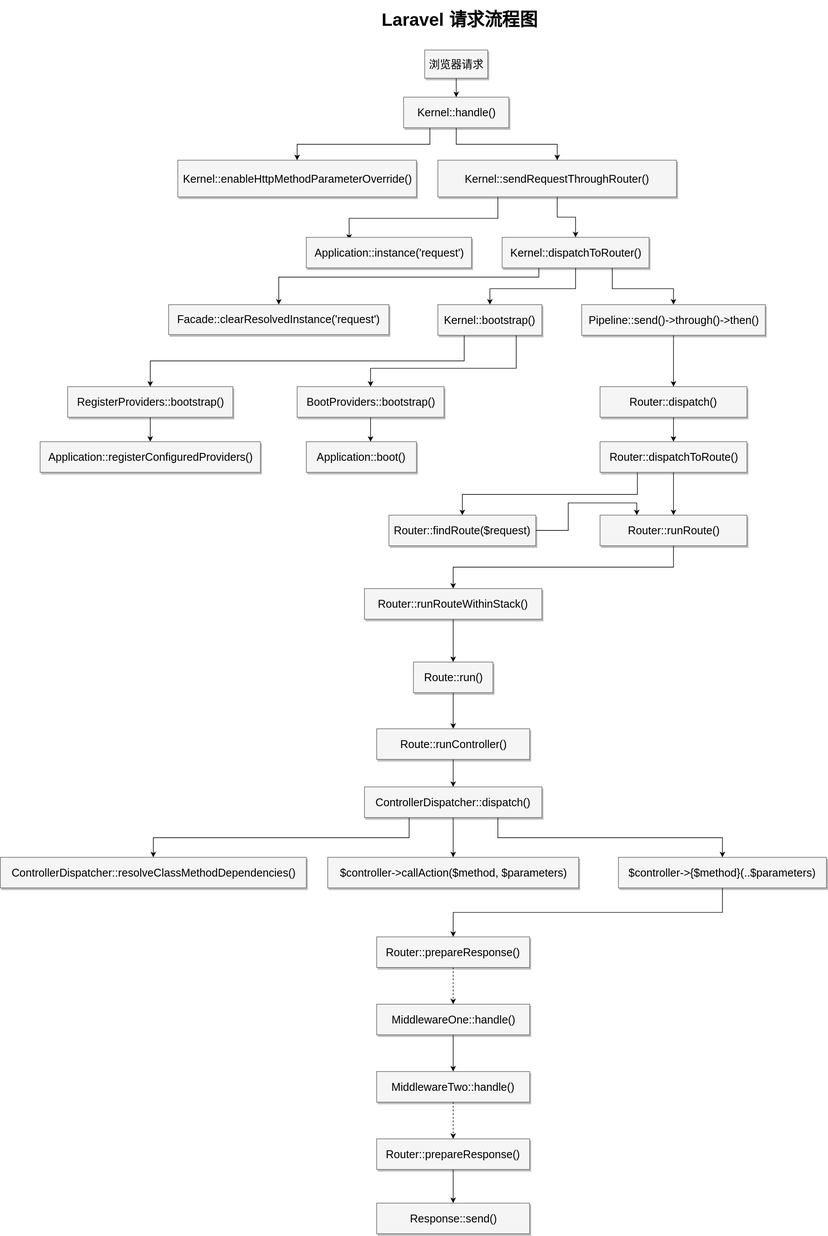
JerryYJ/laravel keeps this draw.io diagram as laravel-flow-chart.svg. Above is the earlier version. Source tidied: cells renumbered, new cells last; positions are measured from the earlier drawing's top-left corner, leaving out a move shared by most shapes.
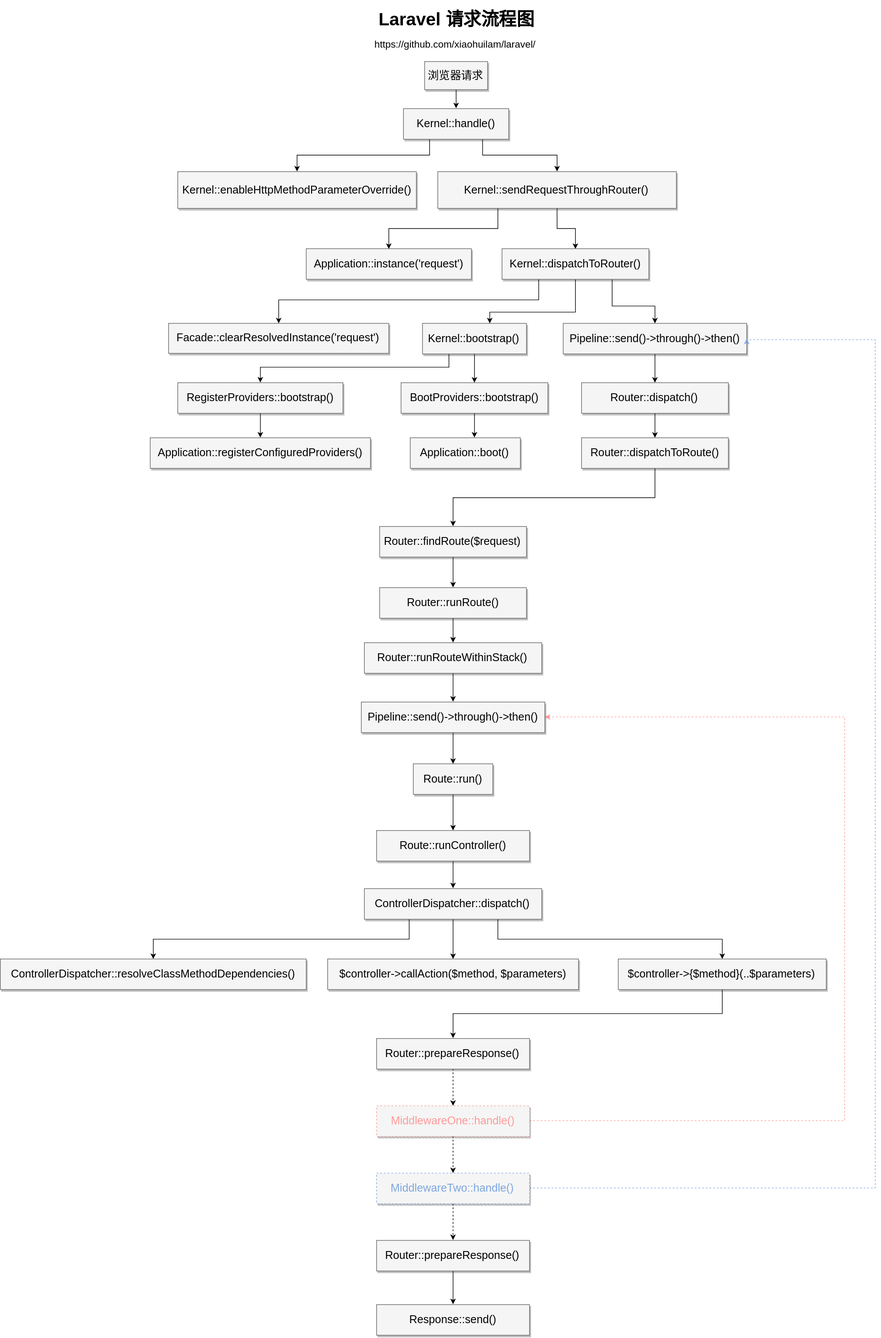
Later version of the same file.

The edit, as a diff of the source:
```diff
@@ -5,3 +5,3 @@
     <mxCell id="2" value="&lt;b style=&quot;font-size: 29px;&quot;&gt;&lt;font style=&quot;font-size: 29px;&quot;&gt;Laravel 请求流程图&lt;/font&gt;&lt;/b&gt;" style="whiteSpace=wrap;html=1;shadow=1;fontSize=29;fillColor=none;strokeColor=none;strokeWidth=2;dashed=1;" parent="1" vertex="1">
-      <mxGeometry x="590" width="320" height="60" as="geometry" />
+      <mxGeometry x="585" y="-20" width="320" height="60" as="geometry" />
     </mxCell>
@@ -10,3 +10,3 @@
     </mxCell>
-    <mxCell id="4" style="edgeStyle=orthogonalEdgeStyle;rounded=0;html=1;entryX=0.5;entryY=0;jettySize=auto;fontSize=29;" parent="1" edge="1" source="5" target="11">
+    <mxCell id="4" style="edgeStyle=orthogonalEdgeStyle;rounded=0;html=1;entryX=0.5;entryY=0;jettySize=auto;fontSize=29;exitX=0.75;exitY=1;" parent="1" edge="1" source="5" target="11">
       <mxGeometry relative="1" as="geometry" />
@@ -30,6 +30,4 @@
     </mxCell>
-    <mxCell id="9" style="edgeStyle=orthogonalEdgeStyle;rounded=0;html=1;exitX=0.25;exitY=1;jettySize=auto;fontSize=29;" parent="1" edge="1" source="11">
-      <mxGeometry relative="1" as="geometry">
-        <mxPoint x="570" y="390" as="targetPoint" />
-      </mxGeometry>
+    <mxCell id="9" style="edgeStyle=orthogonalEdgeStyle;rounded=0;html=1;exitX=0.25;exitY=1;jettySize=auto;fontSize=29;entryX=0.5;entryY=0;" parent="1" edge="1" source="11" target="12">
+      <mxGeometry relative="1" as="geometry" />
     </mxCell>
@@ -45,17 +43,17 @@
     <mxCell id="13" value="&lt;div&gt;&lt;span&gt;Facade&lt;/span&gt;&lt;span&gt;::&lt;/span&gt;&lt;span&gt;clearResolvedInstance&lt;/span&gt;&lt;span&gt;(&lt;/span&gt;&lt;span&gt;'request'&lt;/span&gt;&lt;span&gt;)&lt;/span&gt;&lt;/div&gt;" style="whiteSpace=wrap;html=1;shadow=1;fontSize=18;fillColor=#f5f5f5;strokeColor=#666666;" parent="1" vertex="1">
-      <mxGeometry x="275" y="496" width="360" height="49" as="geometry" />
+      <mxGeometry x="275" y="508" width="360" height="49" as="geometry" />
     </mxCell>
     <mxCell id="14" style="edgeStyle=orthogonalEdgeStyle;rounded=0;html=1;exitX=0.25;exitY=1;entryX=0.5;entryY=0;jettySize=auto;fontSize=29;" parent="1" edge="1" source="16" target="24">
-      <mxGeometry relative="1" as="geometry" />
+      <mxGeometry relative="1" as="geometry">
+        <Array as="points">
+          <mxPoint x="733" y="580" />
+          <mxPoint x="425" y="580" />
+        </Array>
+      </mxGeometry>
     </mxCell>
-    <mxCell id="15" style="edgeStyle=orthogonalEdgeStyle;rounded=0;html=1;exitX=0.75;exitY=1;jettySize=auto;" parent="1" edge="1" source="16" target="26">
-      <mxGeometry relative="1" as="geometry">
-        <Array as="points">
-          <mxPoint x="843" y="600" />
-          <mxPoint x="605" y="600" />
-        </Array>
-      </mxGeometry>
+    <mxCell id="15" style="edgeStyle=orthogonalEdgeStyle;rounded=0;html=1;exitX=0.5;exitY=1;jettySize=auto;" parent="1" edge="1" source="16" target="26">
+      <mxGeometry relative="1" as="geometry" />
     </mxCell>
     <mxCell id="16" value="Kernel::&lt;span&gt;bootstrap&lt;/span&gt;&lt;span&gt;()&lt;/span&gt;&lt;br&gt;" style="whiteSpace=wrap;html=1;shadow=1;fontSize=18;fillColor=#f5f5f5;strokeColor=#666666;" parent="1" vertex="1">
-      <mxGeometry x="715" y="496" width="170" height="50" as="geometry" />
+      <mxGeometry x="690" y="508" width="170" height="50" as="geometry" />
     </mxCell>
@@ -65,3 +63,3 @@
     <mxCell id="18" value="Pipeline::send()-&amp;gt;through()-&amp;gt;then()&lt;br&gt;" style="whiteSpace=wrap;html=1;shadow=1;fontSize=18;fillColor=#f5f5f5;strokeColor=#666666;" parent="1" vertex="1">
-      <mxGeometry x="950" y="496" width="300" height="50" as="geometry" />
+      <mxGeometry x="920" y="508" width="300" height="50" as="geometry" />
     </mxCell>
@@ -70,4 +68,4 @@
         <Array as="points">
-          <mxPoint x="880" y="451" />
-          <mxPoint x="455" y="451" />
+          <mxPoint x="880" y="470" />
+          <mxPoint x="455" y="470" />
         </Array>
@@ -78,4 +76,4 @@
         <Array as="points">
-          <mxPoint x="940" y="470" />
-          <mxPoint x="800" y="470" />
+          <mxPoint x="940" y="490" />
+          <mxPoint x="800" y="490" />
         </Array>
@@ -86,4 +84,4 @@
         <Array as="points">
-          <mxPoint x="1000" y="470" />
-          <mxPoint x="1100" y="470" />
+          <mxPoint x="1000" y="480" />
+          <mxPoint x="1070" y="480" />
         </Array>
@@ -98,3 +96,3 @@
     <mxCell id="24" value="&lt;div&gt;&lt;span&gt;RegisterProviders::&lt;/span&gt;&lt;span&gt;bootstrap()&lt;/span&gt;&lt;/div&gt;" style="whiteSpace=wrap;html=1;shadow=1;fontSize=18;fillColor=#f5f5f5;strokeColor=#666666;" parent="1" vertex="1">
-      <mxGeometry x="110" y="630" width="270" height="50" as="geometry" />
+      <mxGeometry x="290" y="605" width="270" height="50" as="geometry" />
     </mxCell>
@@ -104,9 +102,9 @@
     <mxCell id="26" value="&lt;div&gt;&lt;span&gt;BootProviders::&lt;/span&gt;&lt;span&gt;bootstrap()&lt;/span&gt;&lt;/div&gt;" style="whiteSpace=wrap;html=1;shadow=1;fontSize=18;fillColor=#f5f5f5;strokeColor=#666666;" parent="1" vertex="1">
-      <mxGeometry x="485" y="630" width="240" height="50" as="geometry" />
+      <mxGeometry x="655" y="605" width="240" height="50" as="geometry" />
     </mxCell>
     <mxCell id="27" value="Application::&lt;span&gt;registerConfiguredProviders()&lt;/span&gt;" style="whiteSpace=wrap;html=1;shadow=1;fontSize=18;fillColor=#f5f5f5;strokeColor=#666666;" parent="1" vertex="1">
-      <mxGeometry x="65" y="720" width="360" height="50" as="geometry" />
+      <mxGeometry x="245" y="695" width="360" height="50" as="geometry" />
     </mxCell>
     <mxCell id="28" value="Application::&lt;span&gt;boot&lt;/span&gt;&lt;span&gt;()&lt;/span&gt;&lt;br&gt;" style="whiteSpace=wrap;html=1;shadow=1;fontSize=18;fillColor=#f5f5f5;strokeColor=#666666;" parent="1" vertex="1">
-      <mxGeometry x="500" y="720" width="180" height="50" as="geometry" />
+      <mxGeometry x="670" y="695" width="180" height="50" as="geometry" />
     </mxCell>
@@ -116,19 +114,11 @@
     <mxCell id="30" value="Router::&lt;span&gt;dispatch()&lt;/span&gt;" style="whiteSpace=wrap;html=1;shadow=1;fontSize=18;fillColor=#f5f5f5;strokeColor=#666666;" parent="1" vertex="1">
-      <mxGeometry x="980" y="630" width="240" height="50" as="geometry" />
+      <mxGeometry x="950" y="605" width="240" height="50" as="geometry" />
     </mxCell>
-    <mxCell id="31" style="edgeStyle=orthogonalEdgeStyle;rounded=0;html=1;exitX=0.25;exitY=1;entryX=0.5;entryY=0;jettySize=auto;fontSize=29;" parent="1" edge="1" source="33" target="35">
-      <mxGeometry relative="1" as="geometry">
-        <Array as="points">
-          <mxPoint x="1041" y="806" />
-          <mxPoint x="755" y="806" />
-        </Array>
-      </mxGeometry>
+    <mxCell id="31" style="edgeStyle=orthogonalEdgeStyle;rounded=0;html=1;entryX=0.5;entryY=0;jettySize=auto;exitX=0.5;exitY=1;" parent="1" edge="1" source="33" target="35">
+      <mxGeometry relative="1" as="geometry" />
     </mxCell>
-    <mxCell id="32" style="edgeStyle=orthogonalEdgeStyle;rounded=0;html=1;exitX=0.5;exitY=1;entryX=0.5;entryY=0;jettySize=auto;fontSize=29;" parent="1" edge="1" source="33" target="37">
-      <mxGeometry relative="1" as="geometry" />
-    </mxCell>
     <mxCell id="33" value="Router::&lt;span&gt;dispatchToRoute&lt;/span&gt;&lt;span&gt;()&lt;/span&gt;&lt;br&gt;" style="whiteSpace=wrap;html=1;shadow=1;fontSize=18;fillColor=#f5f5f5;strokeColor=#666666;" parent="1" vertex="1">
-      <mxGeometry x="980" y="720" width="240" height="50" as="geometry" />
+      <mxGeometry x="950" y="695" width="240" height="50" as="geometry" />
     </mxCell>
-    <mxCell id="34" style="edgeStyle=orthogonalEdgeStyle;rounded=0;html=1;entryX=0.25;entryY=0;jettySize=auto;" parent="1" edge="1" source="35" target="37">
+    <mxCell id="34" style="edgeStyle=orthogonalEdgeStyle;rounded=0;html=1;exitX=0.5;exitY=1;entryX=0.5;entryY=0;jettySize=auto;" parent="1" edge="1" source="35" target="37">
       <mxGeometry relative="1" as="geometry" />
@@ -136,5 +126,5 @@
     <mxCell id="35" value="Router::find&lt;span&gt;Route&lt;/span&gt;&lt;span&gt;($request)&lt;/span&gt;&lt;br&gt;" style="whiteSpace=wrap;html=1;shadow=1;fontSize=18;fillColor=#f5f5f5;strokeColor=#666666;" parent="1" vertex="1">
-      <mxGeometry x="635" y="840" width="240" height="50" as="geometry" />
+      <mxGeometry x="620" y="840" width="240" height="50" as="geometry" />
     </mxCell>
-    <mxCell id="36" style="edgeStyle=orthogonalEdgeStyle;rounded=0;html=1;exitX=0.5;exitY=1;entryX=0.5;entryY=0;jettySize=auto;fontSize=29;" parent="1" edge="1" source="37" target="39">
+    <mxCell id="36" style="edgeStyle=orthogonalEdgeStyle;rounded=0;html=1;exitX=0.5;exitY=1;entryX=0.5;entryY=0;jettySize=auto;" parent="1" edge="1" source="37" target="39">
       <mxGeometry relative="1" as="geometry" />
@@ -142,9 +132,9 @@
     <mxCell id="37" value="Router::&lt;span&gt;runRoute()&lt;/span&gt;" style="whiteSpace=wrap;html=1;shadow=1;fontSize=18;fillColor=#f5f5f5;strokeColor=#666666;" parent="1" vertex="1">
-      <mxGeometry x="980" y="840" width="240" height="50" as="geometry" />
+      <mxGeometry x="620" y="940" width="240" height="50" as="geometry" />
     </mxCell>
-    <mxCell id="38" style="edgeStyle=orthogonalEdgeStyle;rounded=0;html=1;exitX=0.5;exitY=1;entryX=0.5;entryY=0;jettySize=auto;fontSize=29;" parent="1" edge="1" source="39" target="41">
-      <mxGeometry relative="1" as="geometry" />
-    </mxCell>
+    <mxCell id="61" style="edgeStyle=orthogonalEdgeStyle;rounded=0;html=1;exitX=0.5;exitY=1;entryX=0.5;entryY=0;jettySize=auto;" parent="1" edge="1" source="39" target="65">
+      <mxGeometry relative="1" as="geometry" />
+    </mxCell>
     <mxCell id="39" value="Router::&lt;span&gt;runRouteWithinStack&lt;/span&gt;&lt;span&gt;()&lt;/span&gt;&lt;br&gt;" style="whiteSpace=wrap;html=1;shadow=1;fontSize=18;fillColor=#f5f5f5;strokeColor=#666666;" parent="1" vertex="1">
-      <mxGeometry x="595" y="960" width="290" height="50" as="geometry" />
+      <mxGeometry x="595" y="1030" width="290" height="50" as="geometry" />
     </mxCell>
@@ -154,3 +144,3 @@
     <mxCell id="41" value="Route::run&lt;span&gt;()&lt;/span&gt;&lt;br&gt;" style="whiteSpace=wrap;html=1;shadow=1;fontSize=18;fillColor=#f5f5f5;strokeColor=#666666;" parent="1" vertex="1">
-      <mxGeometry x="675" y="1080" width="130" height="50" as="geometry" />
+      <mxGeometry x="675" y="1228" width="130" height="50" as="geometry" />
     </mxCell>
@@ -160,3 +150,3 @@
     <mxCell id="43" value="Route::runController&lt;span&gt;()&lt;/span&gt;&lt;br&gt;" style="whiteSpace=wrap;html=1;shadow=1;fontSize=18;fillColor=#f5f5f5;strokeColor=#666666;" parent="1" vertex="1">
-      <mxGeometry x="615" y="1189" width="250" height="50" as="geometry" />
+      <mxGeometry x="615" y="1337" width="250" height="50" as="geometry" />
     </mxCell>
@@ -172,9 +162,9 @@
     <mxCell id="47" value="ControllerDispatcher::&lt;span&gt;dispatch()&lt;/span&gt;" style="whiteSpace=wrap;html=1;shadow=1;fontSize=18;fillColor=#f5f5f5;strokeColor=#666666;" parent="1" vertex="1">
-      <mxGeometry x="595" y="1284" width="290" height="50" as="geometry" />
+      <mxGeometry x="595" y="1432" width="290" height="50" as="geometry" />
     </mxCell>
     <mxCell id="48" value="ControllerDispatcher::&lt;span&gt;resolveClassMethodDependencies&lt;/span&gt;&lt;span&gt;()&lt;/span&gt;&lt;br&gt;" style="whiteSpace=wrap;html=1;shadow=1;fontSize=18;fillColor=#f5f5f5;strokeColor=#666666;" parent="1" vertex="1">
-      <mxGeometry y="1399" width="500" height="50" as="geometry" />
+      <mxGeometry y="1547" width="500" height="50" as="geometry" />
     </mxCell>
     <mxCell id="49" value="$controller-&amp;gt;callAction($method, $parameters)&lt;br&gt;" style="whiteSpace=wrap;html=1;shadow=1;fontSize=18;fillColor=#f5f5f5;strokeColor=#666666;" parent="1" vertex="1">
-      <mxGeometry x="535" y="1399" width="410" height="50" as="geometry" />
+      <mxGeometry x="535" y="1547" width="410" height="50" as="geometry" />
     </mxCell>
@@ -184,3 +174,3 @@
     <mxCell id="51" value="$controller-&amp;gt;{$method}(..$parameters)&lt;br&gt;" style="whiteSpace=wrap;html=1;shadow=1;fontSize=18;fillColor=#f5f5f5;strokeColor=#666666;" parent="1" vertex="1">
-      <mxGeometry x="1010" y="1399" width="340" height="50" as="geometry" />
+      <mxGeometry x="1010" y="1547" width="340" height="50" as="geometry" />
     </mxCell>
@@ -190,9 +180,17 @@
     <mxCell id="53" value="Router::&lt;span&gt;prepareResponse()&lt;/span&gt;" style="whiteSpace=wrap;html=1;shadow=1;fontSize=18;fillColor=#f5f5f5;strokeColor=#666666;" parent="1" vertex="1">
-      <mxGeometry x="615" y="1529" width="250" height="50" as="geometry" />
+      <mxGeometry x="615" y="1677" width="250" height="50" as="geometry" />
     </mxCell>
-    <mxCell id="54" style="edgeStyle=orthogonalEdgeStyle;rounded=0;html=1;exitX=0.5;exitY=1;jettySize=auto;fontSize=29;" parent="1" edge="1" source="55" target="57">
+    <mxCell id="54" style="edgeStyle=orthogonalEdgeStyle;rounded=0;html=1;exitX=0.5;exitY=1;jettySize=auto;fontSize=29;dashed=1;" parent="1" edge="1" source="55" target="57">
       <mxGeometry relative="1" as="geometry" />
     </mxCell>
+    <mxCell id="62" style="edgeStyle=orthogonalEdgeStyle;rounded=0;html=1;exitX=1;exitY=0.5;entryX=1;entryY=0.5;dashed=1;jettySize=auto;strokeColor=#FF9999;" parent="1" edge="1" source="55" target="65">
+      <mxGeometry relative="1" as="geometry">
+        <Array as="points">
+          <mxPoint x="1380" y="1812" />
+          <mxPoint x="1380" y="1152" />
+        </Array>
+      </mxGeometry>
+    </mxCell>
-    <mxCell id="55" value="MiddlewareOne::handle()&lt;br&gt;" style="whiteSpace=wrap;html=1;shadow=1;fontSize=18;fillColor=#f5f5f5;strokeColor=#666666;" parent="1" vertex="1">
-      <mxGeometry x="615" y="1639" width="250" height="50" as="geometry" />
+    <mxCell id="55" value="MiddlewareOne::handle()&lt;br&gt;" style="whiteSpace=wrap;html=1;shadow=1;fontSize=18;fillColor=#f5f5f5;strokeColor=#FF9999;dashed=1;fontColor=#FF9999;" parent="1" vertex="1">
+      <mxGeometry x="615" y="1787" width="250" height="50" as="geometry" />
     </mxCell>
@@ -201,4 +199,12 @@
     </mxCell>
+    <mxCell id="63" style="edgeStyle=orthogonalEdgeStyle;rounded=0;html=1;exitX=1;exitY=0.5;entryX=1;entryY=0.5;dashed=1;jettySize=auto;fillColor=#f8cecc;strokeColor=#7EA6E0;" parent="1" edge="1" source="57" target="18">
+      <mxGeometry relative="1" as="geometry">
+        <Array as="points">
+          <mxPoint x="1430" y="1922" />
+          <mxPoint x="1430" y="534" />
+        </Array>
+      </mxGeometry>
+    </mxCell>
-    <mxCell id="57" value="MiddlewareTwo::handle()&lt;br&gt;" style="whiteSpace=wrap;html=1;shadow=1;fontSize=18;fillColor=#f5f5f5;strokeColor=#666666;" parent="1" vertex="1">
-      <mxGeometry x="615" y="1749" width="250" height="50" as="geometry" />
+    <mxCell id="57" value="MiddlewareTwo::handle()&lt;br&gt;" style="whiteSpace=wrap;html=1;shadow=1;fontSize=18;fillColor=#f5f5f5;strokeColor=#7EA6E0;dashed=1;fontColor=#7EA6E0;" parent="1" vertex="1">
+      <mxGeometry x="615" y="1897" width="250" height="50" as="geometry" />
     </mxCell>
@@ -208,7 +214,16 @@
     <mxCell id="59" value="Router::&lt;span&gt;prepareResponse()&lt;/span&gt;" style="whiteSpace=wrap;html=1;shadow=1;fontSize=18;fillColor=#f5f5f5;strokeColor=#666666;" parent="1" vertex="1">
-      <mxGeometry x="615" y="1859" width="250" height="50" as="geometry" />
+      <mxGeometry x="615" y="2007" width="250" height="50" as="geometry" />
     </mxCell>
     <mxCell id="60" value="Response::send()&lt;br&gt;" style="whiteSpace=wrap;html=1;shadow=1;fontSize=18;fillColor=#f5f5f5;strokeColor=#666666;" parent="1" vertex="1">
-      <mxGeometry x="615" y="1964" width="250" height="50" as="geometry" />
+      <mxGeometry x="615" y="2112" width="250" height="50" as="geometry" />
     </mxCell>
+    <mxCell id="64" style="edgeStyle=orthogonalEdgeStyle;rounded=0;html=1;exitX=0.5;exitY=1;entryX=0.5;entryY=0;jettySize=auto;" parent="1" edge="1" source="65" target="41">
+      <mxGeometry relative="1" as="geometry" />
+    </mxCell>
+    <mxCell id="65" value="Pipeline::send()-&amp;gt;through()-&amp;gt;then()&lt;br&gt;" style="whiteSpace=wrap;html=1;shadow=1;fontSize=18;fillColor=#f5f5f5;strokeColor=#666666;" parent="1" vertex="1">
+      <mxGeometry x="590" y="1127" width="300" height="50" as="geometry" />
+    </mxCell>
+    <mxCell id="66" value="&lt;font color=&quot;#000000&quot; style=&quot;font-size: 16px;&quot;&gt;&lt;a href=&quot;https://github.com/xiaohuilam/laravel/&quot; style=&quot;font-size: 16px;&quot;&gt;https://github.com/xiaohuilam/laravel/&lt;/a&gt;&lt;/font&gt;" style="text;html=1;align=left;verticalAlign=top;spacingTop=-4;fontColor=#FF9999;fontSize=16;" parent="1" vertex="1">
+      <mxGeometry x="610" y="40" width="210" height="20" as="geometry" />
+    </mxCell>
   </root>
```
